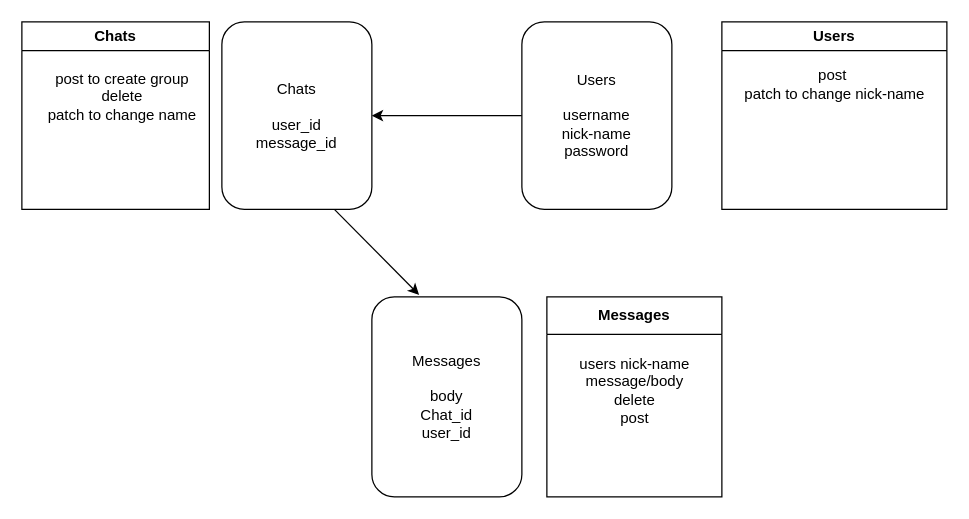
Earlier version of the draw.io diagram backend.drawio (bennysuf/phase-3-sinatra-react-project). Source tidied: cells renumbered, new cells numbered last; positions are measured from the earlier drawing's top-left corner, leaving out a move shared by most shapes. Both pictures are drawn from the tidied source at 125%, with x=0, y=0 at pixel (21, 21).
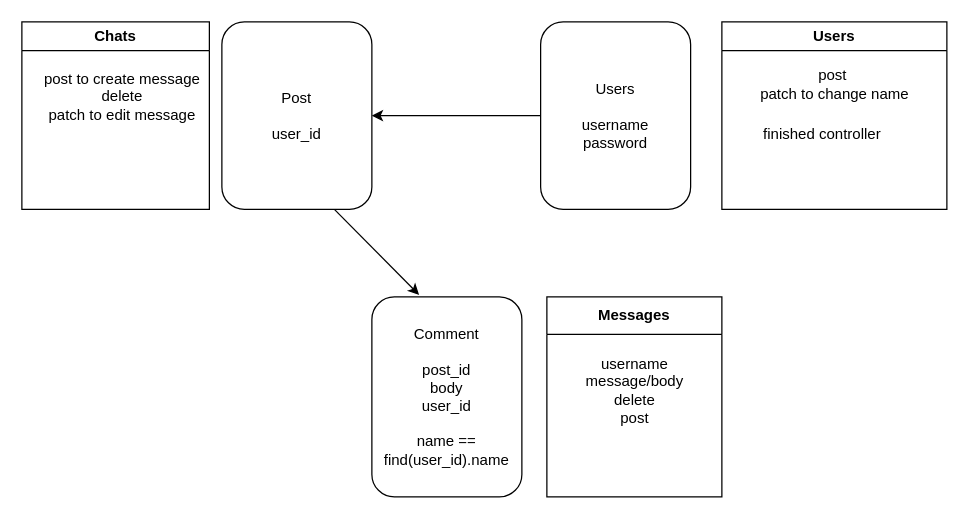
After the change.

Change to the diagram source:
```diff
@@
 <mxGraphModel>
   <root>
     <mxCell id="0" />
     <mxCell id="1" parent="0" />
     <mxCell id="2" style="edgeStyle=none;html=1;exitX=0.75;exitY=1;exitDx=0;exitDy=0;entryX=0.315;entryY=-0.01;entryDx=0;entryDy=0;entryPerimeter=0;" parent="1" edge="1" source="3" target="6">
       <mxGeometry relative="1" as="geometry" />
     </mxCell>
-    <mxCell id="3" value="Chats&lt;br&gt;&lt;br&gt;user_id&lt;br&gt;message_id" style="rounded=1;whiteSpace=wrap;html=1;" parent="1" vertex="1">
+    <mxCell id="3" value="Post&lt;br&gt;&lt;br&gt;user_id&lt;br&gt;" style="rounded=1;whiteSpace=wrap;html=1;" parent="1" vertex="1">
       <mxGeometry x="160" width="120" height="150" as="geometry" />
     </mxCell>
     <mxCell id="4" style="edgeStyle=none;html=1;exitX=0;exitY=0.5;exitDx=0;exitDy=0;entryX=1;entryY=0.5;entryDx=0;entryDy=0;" parent="1" edge="1" source="5" target="3">
       <mxGeometry relative="1" as="geometry" />
     </mxCell>
-    <mxCell id="5" value="Users&lt;br&gt;&lt;br&gt;username&lt;br&gt;nick-name&lt;br&gt;password" style="rounded=1;whiteSpace=wrap;html=1;" parent="1" vertex="1">
-      <mxGeometry x="400" width="120" height="150" as="geometry" />
+    <mxCell id="5" value="Users&lt;br&gt;&lt;br&gt;username&lt;br&gt;password" style="rounded=1;whiteSpace=wrap;html=1;" parent="1" vertex="1">
+      <mxGeometry x="415" width="120" height="150" as="geometry" />
     </mxCell>
-    <mxCell id="6" value="Messages&lt;br&gt;&lt;br&gt;body&lt;br&gt;Chat_id&lt;br&gt;user_id" style="rounded=1;whiteSpace=wrap;html=1;" parent="1" vertex="1">
+    <mxCell id="6" value="Comment&lt;br&gt;&lt;br&gt;post_id&lt;br&gt;body&lt;br&gt;user_id&lt;br&gt;&lt;br&gt;name == find(user_id).name" style="rounded=1;whiteSpace=wrap;html=1;" parent="1" vertex="1">
       <mxGeometry x="280" y="220" width="120" height="160" as="geometry" />
     </mxCell>
     <mxCell id="7" value="Messages" style="swimlane;whiteSpace=wrap;html=1;startSize=30;" parent="1" vertex="1">
       <mxGeometry x="420" y="220" width="140" height="160" as="geometry" />
     </mxCell>
-    <mxCell id="8" value="users nick-name&lt;br&gt;message/body&lt;br&gt;delete&lt;br&gt;post" style="text;html=1;align=center;verticalAlign=middle;strokeColor=none;fillColor=none;" parent="7" vertex="1">
-      <mxGeometry x="15" y="40" width="110" height="70" as="geometry" />
+    <mxCell id="8" value="username&lt;br&gt;message/body&lt;br&gt;delete&lt;br&gt;post" style="text;html=1;align=center;verticalAlign=middle;strokeColor=none;fillColor=none;" parent="7" vertex="1">
+      <mxGeometry x="20" y="40" width="100" height="70" as="geometry" />
     </mxCell>
     <mxCell id="9" value="Chats" style="swimlane;whiteSpace=wrap;html=1;" parent="1" vertex="1">
       <mxGeometry width="150" height="150" as="geometry" />
     </mxCell>
-    <mxCell id="10" value="post to create group&lt;br&gt;delete&lt;br&gt;patch to change name" style="text;html=1;align=center;verticalAlign=middle;strokeColor=none;fillColor=none;" parent="1" vertex="1">
-      <mxGeometry x="10" y="30" width="140" height="60" as="geometry" />
+    <mxCell id="10" value="post to create message&lt;br&gt;delete&lt;br&gt;patch to edit message" style="text;html=1;align=center;verticalAlign=middle;strokeColor=none;fillColor=none;" parent="1" vertex="1">
+      <mxGeometry x="5" y="30" width="150" height="60" as="geometry" />
     </mxCell>
     <mxCell id="11" value="Users" style="swimlane;whiteSpace=wrap;html=1;" parent="1" vertex="1">
       <mxGeometry x="560" width="180" height="150" as="geometry" />
     </mxCell>
-    <mxCell id="12" value="post&amp;nbsp;&lt;br&gt;patch to change nick-name&lt;br&gt;" style="text;html=1;align=center;verticalAlign=middle;strokeColor=none;fillColor=none;" parent="11" vertex="1">
-      <mxGeometry x="5" y="30" width="170" height="40" as="geometry" />
+    <mxCell id="12" value="post&amp;nbsp;&lt;br&gt;patch to change name" style="text;html=1;align=center;verticalAlign=middle;strokeColor=none;fillColor=none;" parent="11" vertex="1">
+      <mxGeometry x="20" y="30" width="140" height="40" as="geometry" />
     </mxCell>
+    <mxCell id="13" value="finished controller" style="text;html=1;align=center;verticalAlign=middle;strokeColor=none;fillColor=none;" parent="1" vertex="1">
+      <mxGeometry x="580" y="75" width="120" height="30" as="geometry" />
+    </mxCell>
   </root>
 </mxGraphModel>
```
